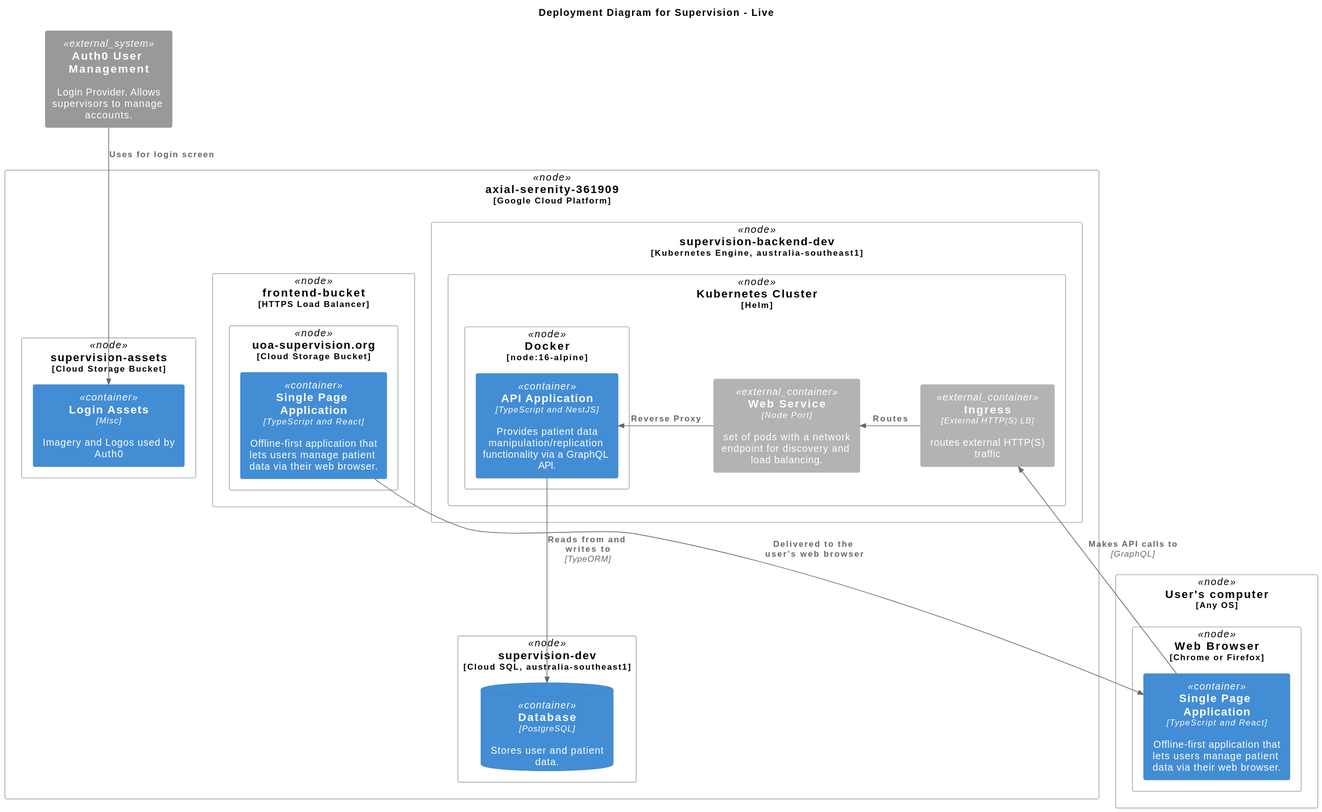
This is apps/c4-diagram/docs/Deployment/deployment.svg from University-of-Auckland-SOFTENG761/supervision, a PlantUML export, as it was before one commit.
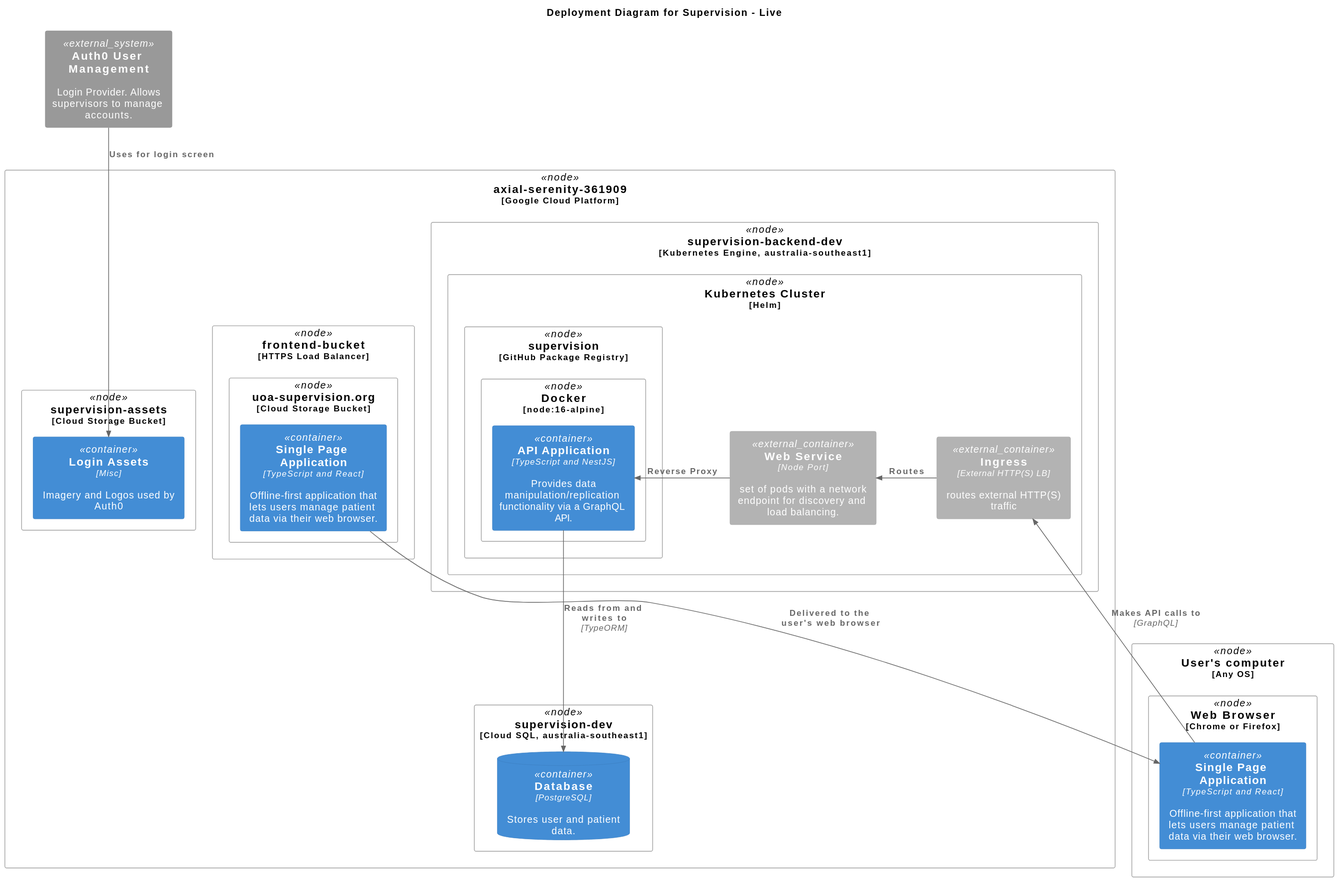
Above is the later version.

Change to the diagram source:
```diff
@@ -7,8 +7,10 @@
 
   Deployment_Node(dn_api, supervision-backend-dev, "Kubernetes Engine, australia-southeast1"){
     Deployment_Node(k8s, Kubernetes Cluster, Helm){
-      Deployment_Node(docker, Docker, node:16-alpine){
-        Container(api, "API Application", "TypeScript and NestJS", "Provides patient data manipulation/replication functionality via a GraphQL API.")
+      Deployment_Node(ghr, supervision, GitHub Package Registry){
+        Deployment_Node(docker, Docker, node:16-alpine){
+          Container(api, "API Application", "TypeScript and NestJS", "Provides data manipulation/replication functionality via a GraphQL API.")
+        }
       }
 
       Container_Ext(ingress, Ingress, "External HTTP(S) LB", routes external HTTP(S) traffic)
```
